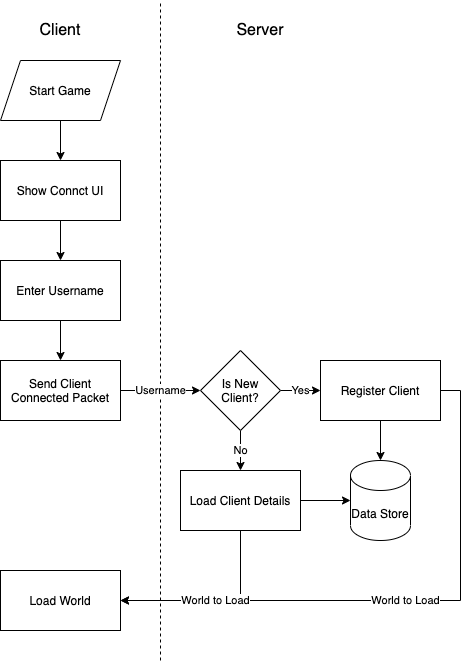
Before: documentation/requirements/images/workflow_client_logon_and_connect.drawio.png, a diagram exported from draw.io (snowmeltarcade/projectbirdracing). Source tidied: cells renumbered, new cells last; positions are measured from the earlier drawing's top-left corner, leaving out a move shared by most shapes. Source of this version:
```xml
<mxGraphModel>
  <root>
    <mxCell id="0" />
    <mxCell id="1" parent="0" />
    <mxCell id="2" value="&lt;font style=&quot;font-size: 16px&quot;&gt;Client&lt;/font&gt;" style="text;html=1;strokeColor=none;fillColor=none;align=center;verticalAlign=middle;whiteSpace=wrap;rounded=0;" parent="1" vertex="1">
      <mxGeometry x="40" y="20" width="40" height="20" as="geometry" />
    </mxCell>
    <mxCell id="3" value="&lt;font style=&quot;font-size: 16px&quot;&gt;Server&lt;/font&gt;" style="text;html=1;strokeColor=none;fillColor=none;align=center;verticalAlign=middle;whiteSpace=wrap;rounded=0;" parent="1" vertex="1">
      <mxGeometry x="240" y="20" width="40" height="20" as="geometry" />
    </mxCell>
    <mxCell id="4" style="endArrow=none;dashed=1;html=1;" parent="1" edge="1">
      <mxGeometry relative="1" as="geometry">
        <mxPoint x="160" y="660" as="sourcePoint" />
        <mxPoint x="160" as="targetPoint" />
      </mxGeometry>
    </mxCell>
    <mxCell id="5" style="edgeStyle=orthogonalEdgeStyle;rounded=0;jettySize=auto;html=1;" parent="1" edge="1" source="6" target="23">
      <mxGeometry relative="1" as="geometry" />
    </mxCell>
    <mxCell id="6" value="Start Game" style="shape=parallelogram;perimeter=parallelogramPerimeter;whiteSpace=wrap;html=1;fixedSize=1;" parent="1" vertex="1">
      <mxGeometry y="60" width="120" height="60" as="geometry" />
    </mxCell>
    <mxCell id="7" style="edgeStyle=orthogonalEdgeStyle;rounded=0;jettySize=auto;html=1;" parent="1" edge="1" source="8" target="10">
      <mxGeometry relative="1" as="geometry" />
    </mxCell>
    <mxCell id="8" value="Enter Username" style="rounded=0;whiteSpace=wrap;html=1;" parent="1" vertex="1">
      <mxGeometry y="260" width="120" height="60" as="geometry" />
    </mxCell>
    <mxCell id="9" value="Username" style="edgeStyle=orthogonalEdgeStyle;rounded=0;jettySize=auto;html=1;" parent="1" edge="1" source="10">
      <mxGeometry relative="1" as="geometry">
        <mxPoint x="200" y="390" as="targetPoint" />
      </mxGeometry>
    </mxCell>
    <mxCell id="10" value="Send Client Connected Packet" style="rounded=0;whiteSpace=wrap;html=1;" parent="1" vertex="1">
      <mxGeometry y="360" width="120" height="60" as="geometry" />
    </mxCell>
    <mxCell id="11" style="edgeStyle=orthogonalEdgeStyle;rounded=0;jettySize=auto;html=1;exitX=1;exitY=0.5;exitDx=0;exitDy=0;entryX=0;entryY=0.5;entryDx=0;entryDy=0;entryPerimeter=0;" parent="1" edge="1" source="12" target="13">
      <mxGeometry relative="1" as="geometry" />
    </mxCell>
    <mxCell id="12" value="Load Client Details" style="rounded=0;whiteSpace=wrap;html=1;" parent="1" vertex="1">
      <mxGeometry x="180" y="470" width="120" height="60" as="geometry" />
    </mxCell>
    <mxCell id="13" value="Data Store" style="shape=cylinder3;whiteSpace=wrap;html=1;boundedLbl=1;backgroundOutline=1;size=15;" parent="1" vertex="1">
      <mxGeometry x="350" y="460" width="60" height="80" as="geometry" />
    </mxCell>
    <mxCell id="14" value="Yes" style="edgeStyle=orthogonalEdgeStyle;rounded=0;jettySize=auto;html=1;" parent="1" edge="1" target="19">
      <mxGeometry relative="1" as="geometry">
        <mxPoint x="280" y="390" as="sourcePoint" />
      </mxGeometry>
    </mxCell>
    <mxCell id="15" value="No" style="edgeStyle=orthogonalEdgeStyle;rounded=0;jettySize=auto;html=1;" parent="1" edge="1" target="12">
      <mxGeometry relative="1" as="geometry">
        <mxPoint x="240" y="430" as="sourcePoint" />
      </mxGeometry>
    </mxCell>
    <mxCell id="16" value="Is New&lt;br&gt;Client?" style="rhombus;whiteSpace=wrap;html=1;" parent="1" vertex="1">
      <mxGeometry x="200" y="350" width="80" height="80" as="geometry" />
    </mxCell>
    <mxCell id="17" value="World to Load" style="edgeStyle=orthogonalEdgeStyle;rounded=0;jettySize=auto;html=1;exitX=1;exitY=0.5;exitDx=0;exitDy=0;entryX=1;entryY=0.5;entryDx=0;entryDy=0;" parent="1" edge="1" source="19" target="20">
      <mxGeometry relative="1" as="geometry" />
    </mxCell>
    <mxCell id="18" style="edgeStyle=orthogonalEdgeStyle;rounded=0;jettySize=auto;html=1;exitX=0.5;exitY=1;exitDx=0;exitDy=0;entryX=0.5;entryY=0;entryDx=0;entryDy=0;entryPerimeter=0;" parent="1" edge="1" source="19" target="13">
      <mxGeometry relative="1" as="geometry" />
    </mxCell>
    <mxCell id="19" value="Register Client" style="rounded=0;whiteSpace=wrap;html=1;" parent="1" vertex="1">
      <mxGeometry x="320" y="360" width="120" height="60" as="geometry" />
    </mxCell>
    <mxCell id="20" value="Load World" style="rounded=0;whiteSpace=wrap;html=1;" parent="1" vertex="1">
      <mxGeometry y="570" width="120" height="60" as="geometry" />
    </mxCell>
    <mxCell id="21" value="World to Load" style="edgeStyle=orthogonalEdgeStyle;rounded=0;jettySize=auto;html=1;exitX=0.5;exitY=1;exitDx=0;exitDy=0;entryX=1;entryY=0.5;entryDx=0;entryDy=0;" parent="1" edge="1" source="12" target="20">
      <mxGeometry relative="1" as="geometry" />
    </mxCell>
    <mxCell id="22" style="edgeStyle=orthogonalEdgeStyle;rounded=0;jettySize=auto;html=1;" parent="1" edge="1" source="23" target="8">
      <mxGeometry relative="1" as="geometry" />
    </mxCell>
    <mxCell id="23" value="Show Connct UI" style="rounded=0;whiteSpace=wrap;html=1;" parent="1" vertex="1">
      <mxGeometry y="160" width="120" height="60" as="geometry" />
    </mxCell>
  </root>
</mxGraphModel>
```
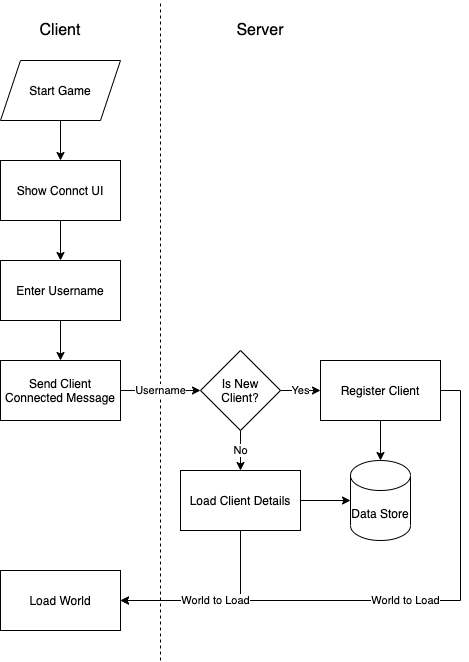
Above is the later version.

Commit message:
Add updating world data workflow.

The edit, as a diff of the source:
```diff
@@ -31,7 +31,7 @@
         <mxPoint x="200" y="390" as="targetPoint" />
       </mxGeometry>
     </mxCell>
-    <mxCell id="10" value="Send Client Connected Packet" style="rounded=0;whiteSpace=wrap;html=1;" parent="1" vertex="1">
+    <mxCell id="10" value="Send Client Connected Message" style="rounded=0;whiteSpace=wrap;html=1;" parent="1" vertex="1">
       <mxGeometry y="360" width="120" height="60" as="geometry" />
     </mxCell>
     <mxCell id="11" style="edgeStyle=orthogonalEdgeStyle;rounded=0;jettySize=auto;html=1;exitX=1;exitY=0.5;exitDx=0;exitDy=0;entryX=0;entryY=0.5;entryDx=0;entryDy=0;entryPerimeter=0;" parent="1" edge="1" source="12" target="13">
```
